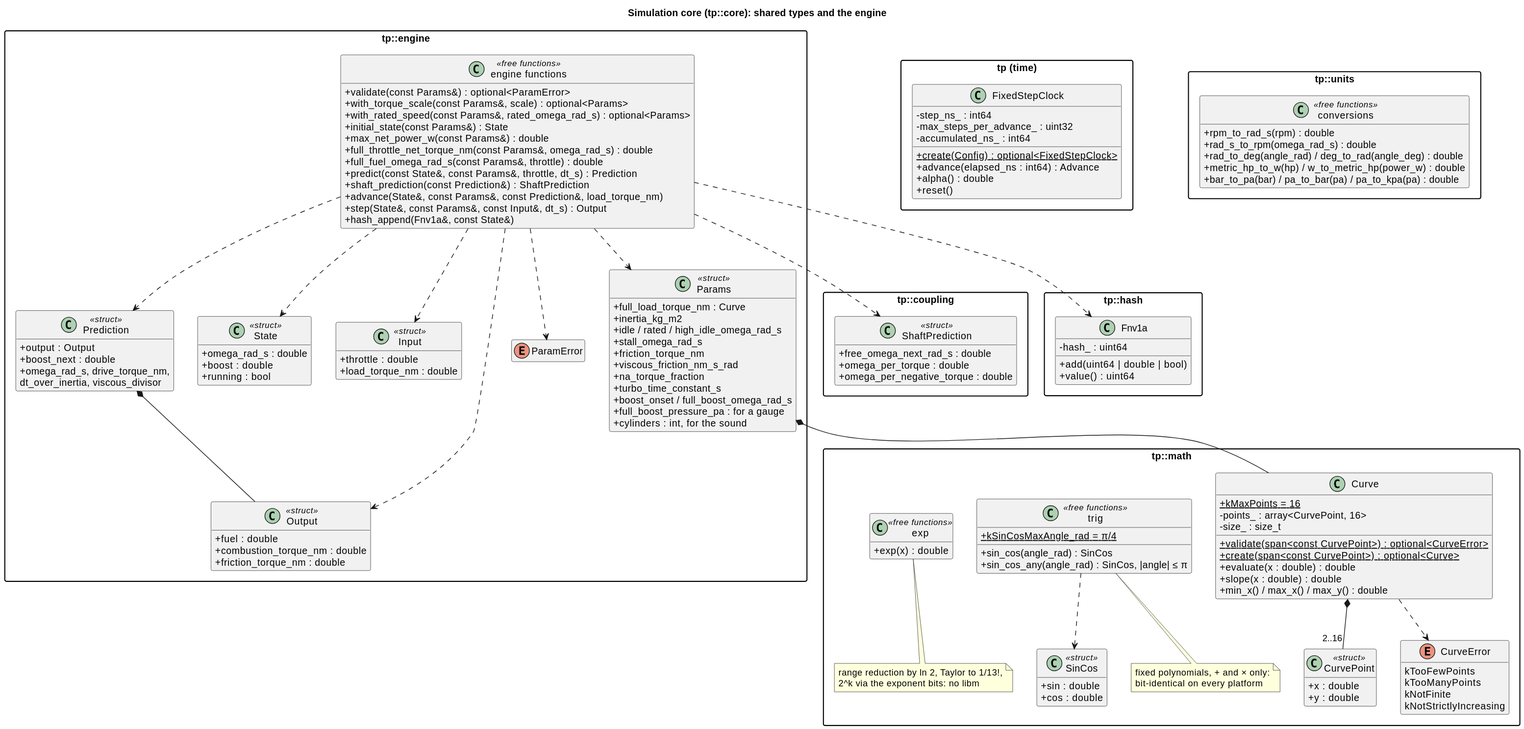
Earlier version of the PlantUML export docs/diagrams/svg/core_classes.svg (wversteeg/TractorPulling).
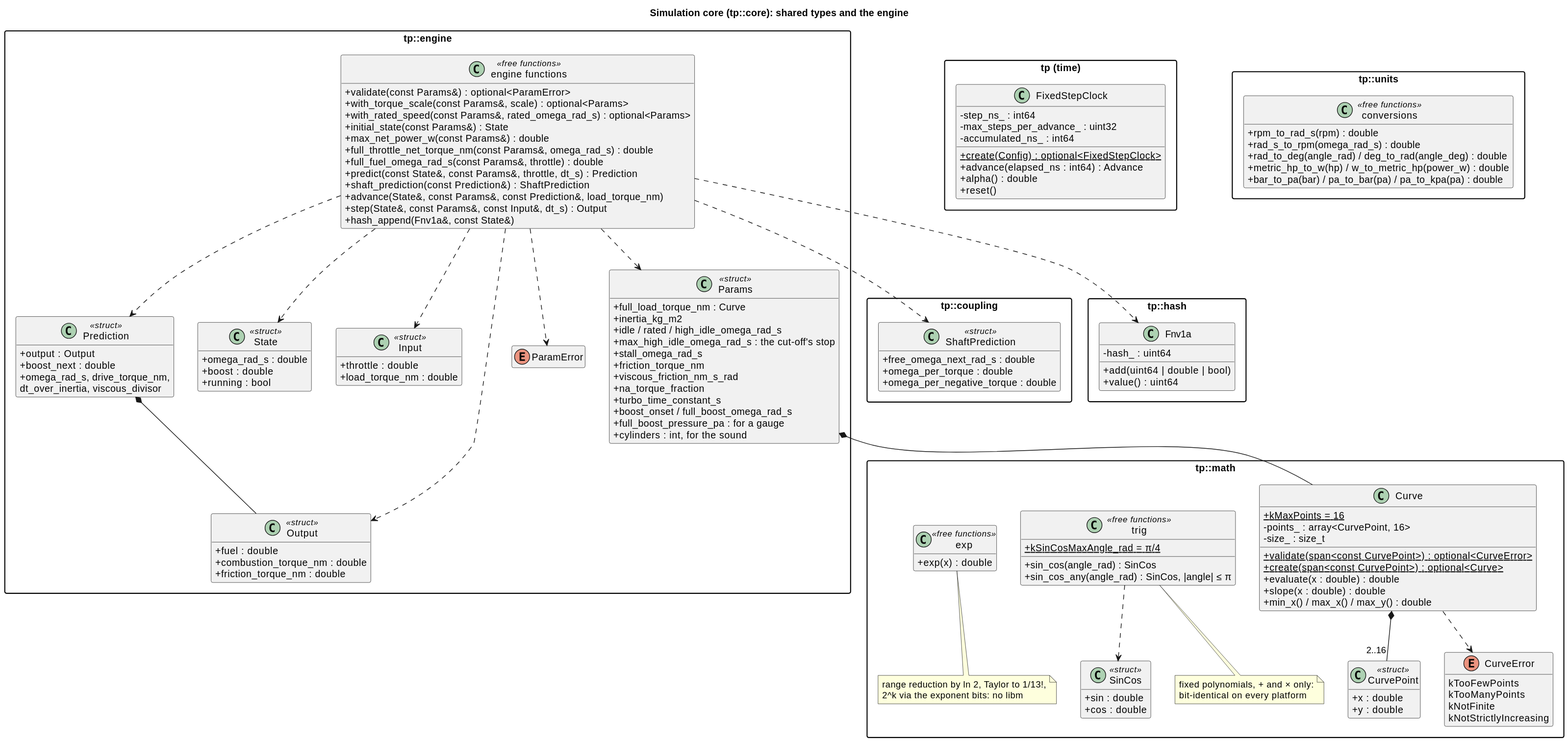
The same file after the commit.

What changed in the source:
```diff
@@ -63,6 +63,7 @@
       +full_load_torque_nm : Curve
       +inertia_kg_m2
       +idle / rated / high_idle_omega_rad_s
+      +max_high_idle_omega_rad_s : the cut-off's stop
       +stall_omega_rad_s
       +friction_torque_nm
       +viscous_friction_nm_s_rad
```
